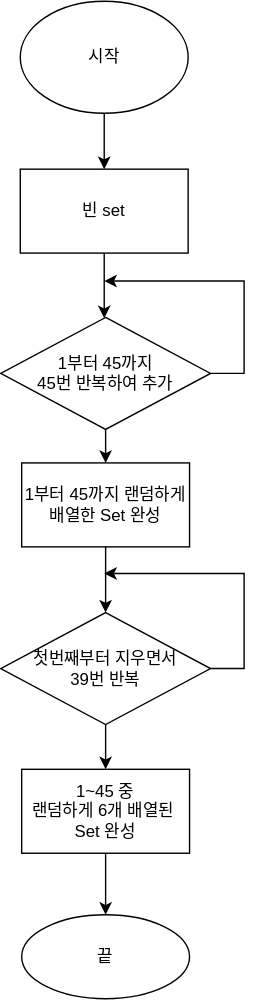
Earlier version of the draw.io export lotto flowchart.svg (yagom-academy/swift-starter-Round2). Source tidied: cells renumbered, new cells last; positions are measured from the earlier drawing's top-left corner, leaving out a move shared by most shapes. The source it was exported from:
```xml
<mxGraphModel>
  <root>
    <mxCell id="0" />
    <mxCell id="1" parent="0" />
    <mxCell id="2" style="edgeStyle=orthogonalEdgeStyle;rounded=0;jettySize=auto;html=1;" parent="1" edge="1" source="3" target="5">
      <mxGeometry relative="1" as="geometry" />
    </mxCell>
    <mxCell id="3" value="시작" style="ellipse;whiteSpace=wrap;html=1;" parent="1" vertex="1">
      <mxGeometry x="14" width="120" height="80" as="geometry" />
    </mxCell>
    <mxCell id="4" style="edgeStyle=orthogonalEdgeStyle;rounded=0;jettySize=auto;html=1;" parent="1" edge="1" source="5" target="8">
      <mxGeometry relative="1" as="geometry">
        <Array as="points">
          <mxPoint x="74" y="210" />
          <mxPoint x="74" y="210" />
        </Array>
      </mxGeometry>
    </mxCell>
    <mxCell id="5" value="빈 set" style="whiteSpace=wrap;html=1;" parent="1" vertex="1">
      <mxGeometry x="14" y="120" width="120" height="60" as="geometry" />
    </mxCell>
    <mxCell id="6" style="edgeStyle=orthogonalEdgeStyle;rounded=0;jettySize=auto;html=1;" parent="1" edge="1" source="8">
      <mxGeometry relative="1" as="geometry">
        <mxPoint x="74" y="200" as="targetPoint" />
        <Array as="points">
          <mxPoint x="174" y="266" />
          <mxPoint x="174" y="200" />
        </Array>
      </mxGeometry>
    </mxCell>
    <mxCell id="7" style="edgeStyle=orthogonalEdgeStyle;rounded=0;jettySize=auto;html=1;" parent="1" edge="1" source="8" target="13">
      <mxGeometry relative="1" as="geometry" />
    </mxCell>
    <mxCell id="8" value="1부터 45까지&lt;br&gt;45번 반복하여 추가" style="rhombus;whiteSpace=wrap;html=1;" parent="1" vertex="1">
      <mxGeometry y="226" width="150" height="80" as="geometry" />
    </mxCell>
    <mxCell id="9" style="edgeStyle=orthogonalEdgeStyle;rounded=0;orthogonalLoop=1;jettySize=auto;html=1;" parent="1" edge="1">
      <mxGeometry relative="1" as="geometry">
        <mxPoint x="150" y="477" as="sourcePoint" />
        <mxPoint x="74" y="409" as="targetPoint" />
        <Array as="points">
          <mxPoint x="174" y="477" />
          <mxPoint x="174" y="409" />
          <mxPoint x="74" y="409" />
        </Array>
      </mxGeometry>
    </mxCell>
    <mxCell id="10" style="edgeStyle=orthogonalEdgeStyle;rounded=0;jettySize=auto;html=1;" parent="1" edge="1" source="11" target="15">
      <mxGeometry relative="1" as="geometry" />
    </mxCell>
    <mxCell id="11" value="첫번째부터 지우면서&lt;br&gt;39번 반복" style="rhombus;whiteSpace=wrap;html=1;" parent="1" vertex="1">
      <mxGeometry y="437" width="150" height="80" as="geometry" />
    </mxCell>
    <mxCell id="12" style="edgeStyle=orthogonalEdgeStyle;rounded=0;jettySize=auto;html=1;entryX=0.5;entryY=0;entryDx=0;entryDy=0;" parent="1" edge="1" source="13" target="11">
      <mxGeometry relative="1" as="geometry" />
    </mxCell>
    <mxCell id="13" value="1부터 45까지 랜덤하게 배열한 Set 완성" style="whiteSpace=wrap;html=1;" parent="1" vertex="1">
      <mxGeometry x="15" y="330" width="120" height="60" as="geometry" />
    </mxCell>
    <mxCell id="14" style="edgeStyle=orthogonalEdgeStyle;rounded=0;jettySize=auto;html=1;" parent="1" edge="1" source="15" target="16">
      <mxGeometry relative="1" as="geometry" />
    </mxCell>
    <mxCell id="15" value="1~45 중&lt;br&gt;랜덤하게 6개 배열된&amp;nbsp;&lt;br&gt;Set 완성" style="whiteSpace=wrap;html=1;" parent="1" vertex="1">
      <mxGeometry x="15" y="549" width="120" height="60" as="geometry" />
    </mxCell>
    <mxCell id="16" value="끝" style="ellipse;whiteSpace=wrap;html=1;" parent="1" vertex="1">
      <mxGeometry x="15" y="653" width="120" height="60" as="geometry" />
    </mxCell>
  </root>
</mxGraphModel>
```
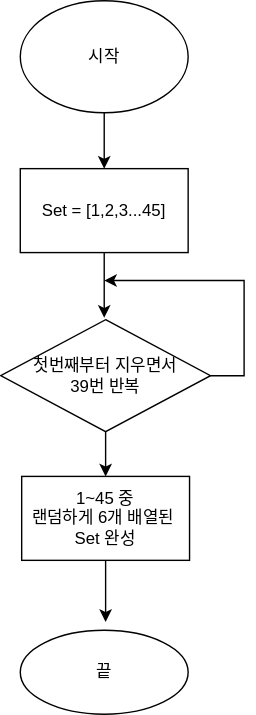
After the change.

The edit, as a diff of the source:
```diff
@@ -8,40 +8,26 @@
     <mxCell id="3" value="시작" style="ellipse;whiteSpace=wrap;html=1;" parent="1" vertex="1">
       <mxGeometry x="14" width="120" height="80" as="geometry" />
     </mxCell>
-    <mxCell id="4" style="edgeStyle=orthogonalEdgeStyle;rounded=0;jettySize=auto;html=1;" parent="1" edge="1" source="5" target="8">
+    <mxCell id="4" style="edgeStyle=orthogonalEdgeStyle;rounded=0;jettySize=auto;html=1;" parent="1" edge="1" source="5">
       <mxGeometry relative="1" as="geometry">
+        <mxPoint x="74" y="226.5" as="targetPoint" />
         <Array as="points">
           <mxPoint x="74" y="210" />
           <mxPoint x="74" y="210" />
         </Array>
       </mxGeometry>
     </mxCell>
-    <mxCell id="5" value="빈 set" style="whiteSpace=wrap;html=1;" parent="1" vertex="1">
+    <mxCell id="5" value="Set = [1,2,3...45]" style="whiteSpace=wrap;html=1;" parent="1" vertex="1">
       <mxGeometry x="14" y="120" width="120" height="60" as="geometry" />
     </mxCell>
-    <mxCell id="6" style="edgeStyle=orthogonalEdgeStyle;rounded=0;jettySize=auto;html=1;" parent="1" edge="1" source="8">
-      <mxGeometry relative="1" as="geometry">
-        <mxPoint x="74" y="200" as="targetPoint" />
-        <Array as="points">
-          <mxPoint x="174" y="266" />
-          <mxPoint x="174" y="200" />
-        </Array>
-      </mxGeometry>
-    </mxCell>
-    <mxCell id="7" style="edgeStyle=orthogonalEdgeStyle;rounded=0;jettySize=auto;html=1;" parent="1" edge="1" source="8" target="13">
-      <mxGeometry relative="1" as="geometry" />
-    </mxCell>
-    <mxCell id="8" value="1부터 45까지&lt;br&gt;45번 반복하여 추가" style="rhombus;whiteSpace=wrap;html=1;" parent="1" vertex="1">
-      <mxGeometry y="226" width="150" height="80" as="geometry" />
-    </mxCell>
     <mxCell id="9" style="edgeStyle=orthogonalEdgeStyle;rounded=0;orthogonalLoop=1;jettySize=auto;html=1;" parent="1" edge="1">
       <mxGeometry relative="1" as="geometry">
-        <mxPoint x="150" y="477" as="sourcePoint" />
-        <mxPoint x="74" y="409" as="targetPoint" />
+        <mxPoint x="150" y="268" as="sourcePoint" />
+        <mxPoint x="74" y="200" as="targetPoint" />
         <Array as="points">
-          <mxPoint x="174" y="477" />
-          <mxPoint x="174" y="409" />
-          <mxPoint x="74" y="409" />
+          <mxPoint x="174" y="268" />
+          <mxPoint x="174" y="200" />
+          <mxPoint x="74" y="200" />
         </Array>
       </mxGeometry>
     </mxCell>
@@ -49,22 +35,18 @@
       <mxGeometry relative="1" as="geometry" />
     </mxCell>
     <mxCell id="11" value="첫번째부터 지우면서&lt;br&gt;39번 반복" style="rhombus;whiteSpace=wrap;html=1;" parent="1" vertex="1">
-      <mxGeometry y="437" width="150" height="80" as="geometry" />
+      <mxGeometry y="228" width="150" height="80" as="geometry" />
     </mxCell>
-    <mxCell id="12" style="edgeStyle=orthogonalEdgeStyle;rounded=0;jettySize=auto;html=1;entryX=0.5;entryY=0;entryDx=0;entryDy=0;" parent="1" edge="1" source="13" target="11">
-      <mxGeometry relative="1" as="geometry" />
-    </mxCell>
-    <mxCell id="13" value="1부터 45까지 랜덤하게 배열한 Set 완성" style="whiteSpace=wrap;html=1;" parent="1" vertex="1">
-      <mxGeometry x="15" y="330" width="120" height="60" as="geometry" />
-    </mxCell>
-    <mxCell id="14" style="edgeStyle=orthogonalEdgeStyle;rounded=0;jettySize=auto;html=1;" parent="1" edge="1" source="15" target="16">
-      <mxGeometry relative="1" as="geometry" />
+    <mxCell id="14" style="edgeStyle=orthogonalEdgeStyle;rounded=0;jettySize=auto;html=1;" parent="1" edge="1" source="15">
+      <mxGeometry relative="1" as="geometry">
+        <mxPoint x="75" y="444" as="targetPoint" />
+      </mxGeometry>
     </mxCell>
     <mxCell id="15" value="1~45 중&lt;br&gt;랜덤하게 6개 배열된&amp;nbsp;&lt;br&gt;Set 완성" style="whiteSpace=wrap;html=1;" parent="1" vertex="1">
-      <mxGeometry x="15" y="549" width="120" height="60" as="geometry" />
+      <mxGeometry x="15" y="340" width="120" height="60" as="geometry" />
     </mxCell>
     <mxCell id="16" value="끝" style="ellipse;whiteSpace=wrap;html=1;" parent="1" vertex="1">
-      <mxGeometry x="15" y="653" width="120" height="60" as="geometry" />
+      <mxGeometry x="14" y="450" width="120" height="60" as="geometry" />
     </mxCell>
   </root>
 </mxGraphModel>
```
